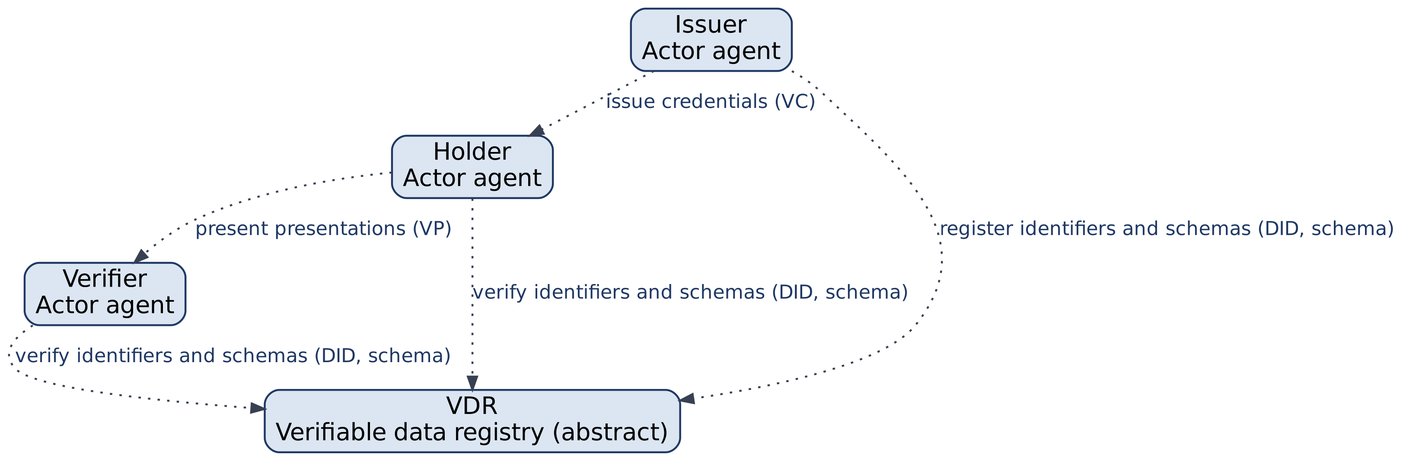
Earlier version of the Graphviz export example_diploma/g0.png (MayaBenab/SSI-Architecture-Generator). Its source is kept beside it as example_diploma/g0.dot.
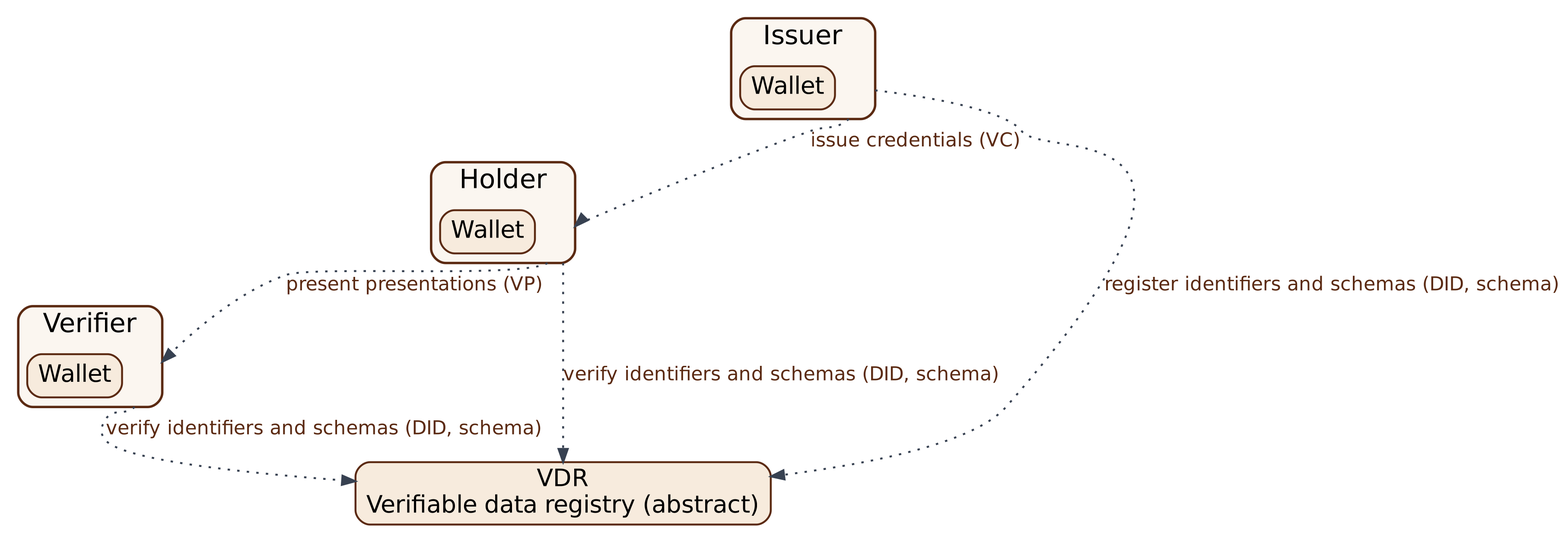
The same file after the commit.

Change to the diagram source:
```diff
@@ -1,13 +1,22 @@
 digraph A { rankdir=TB; compound=true; nodesep=0.3; ranksep=0.5; pad=0.1; fontname=Helvetica;
-node [fontname=Helvetica, fontsize=20, shape=box, style="rounded,filled", margin="0.12,0.05", fillcolor="#dce6f2", color="#1f3864", penwidth=1.6];
-edge [fontname=Helvetica, fontsize=16, color="#374151", fontcolor="#1f3864", penwidth=1.6, arrowsize=1.1];
-"Holder" [label="Holder\nActor agent"];
-"Issuer" [label="Issuer\nActor agent"];
-"Verifier" [label="Verifier\nActor agent"];
+node [fontname=Helvetica, fontsize=20, shape=box, style="rounded,filled", margin="0.12,0.05", fillcolor="#f7ebdd", color="#5b2a12", penwidth=1.6];
+edge [fontname=Helvetica, fontsize=16, color="#374151", fontcolor="#5b2a12", penwidth=1.6, arrowsize=1.1];
+subgraph "cluster_Holder" { label="Holder"; style="rounded,filled"; fontname=Helvetica; fillcolor="#fbf6f0"; color="#5b2a12"; penwidth=2; fontsize=22;
+"Holder" [label="", shape=point, style=invis];
+"Wallet" [label="Wallet"];
+}
+subgraph "cluster_Issuer" { label="Issuer"; style="rounded,filled"; fontname=Helvetica; fillcolor="#fbf6f0"; color="#5b2a12"; penwidth=2; fontsize=22;
+"Issuer" [label="", shape=point, style=invis];
+"Wallet_I" [label="Wallet"];
+}
+subgraph "cluster_Verifier" { label="Verifier"; style="rounded,filled"; fontname=Helvetica; fillcolor="#fbf6f0"; color="#5b2a12"; penwidth=2; fontsize=22;
+"Verifier" [label="", shape=point, style=invis];
+"Wallet_V" [label="Wallet"];
+}
 "VDR" [label="VDR\nVerifiable data registry (abstract)"];
-"Issuer" -> "Holder" [style=dotted, label="issue credentials (VC)"];
-"Holder" -> "Verifier" [style=dotted, label="present presentations (VP)"];
-"Issuer" -> "VDR" [style=dotted, label="register identifiers and schemas (DID, schema)"];
-"Holder" -> "VDR" [style=dotted, label="verify identifiers and schemas (DID, schema)"];
-"Verifier" -> "VDR" [style=dotted, label="verify identifiers and schemas (DID, schema)"];
+"Issuer" -> "Holder" [style=dotted, label="issue credentials (VC)", lhead="cluster_Holder", ltail="cluster_Issuer"];
+"Holder" -> "Verifier" [style=dotted, label="present presentations (VP)", lhead="cluster_Verifier", ltail="cluster_Holder"];
+"Issuer" -> "VDR" [style=dotted, label="register identifiers and schemas (DID, schema)", ltail="cluster_Issuer"];
+"Holder" -> "VDR" [style=dotted, label="verify identifiers and schemas (DID, schema)", ltail="cluster_Holder"];
+"Verifier" -> "VDR" [style=dotted, label="verify identifiers and schemas (DID, schema)", ltail="cluster_Verifier"];
 }
```
